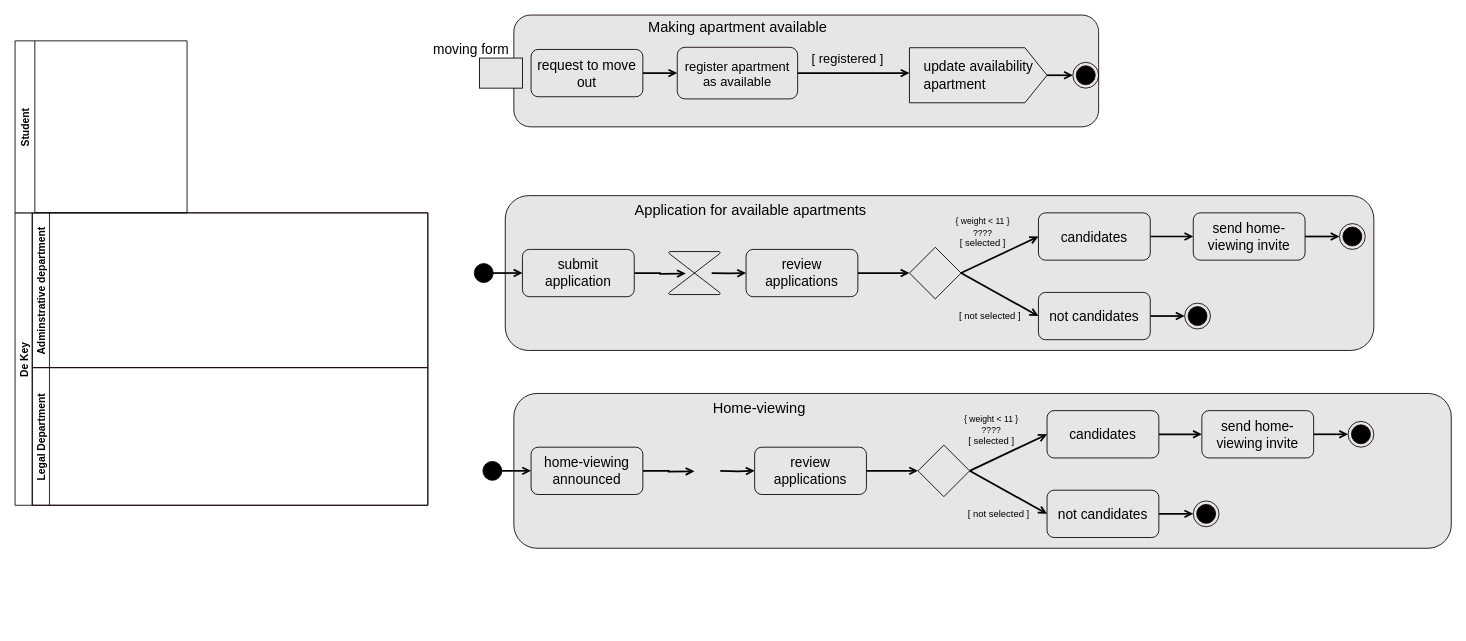
Above: activity_diagram_de_key.drawio in Barager/IS-design (draw.io), before the change. Source tidied: cells renumbered, new cells numbered last; positions are measured from the earlier drawing's top-left corner, leaving out a move shared by most shapes. Both pictures are drawn from the tidied source at 86%, with x=0, y=0 at pixel (15, 15).
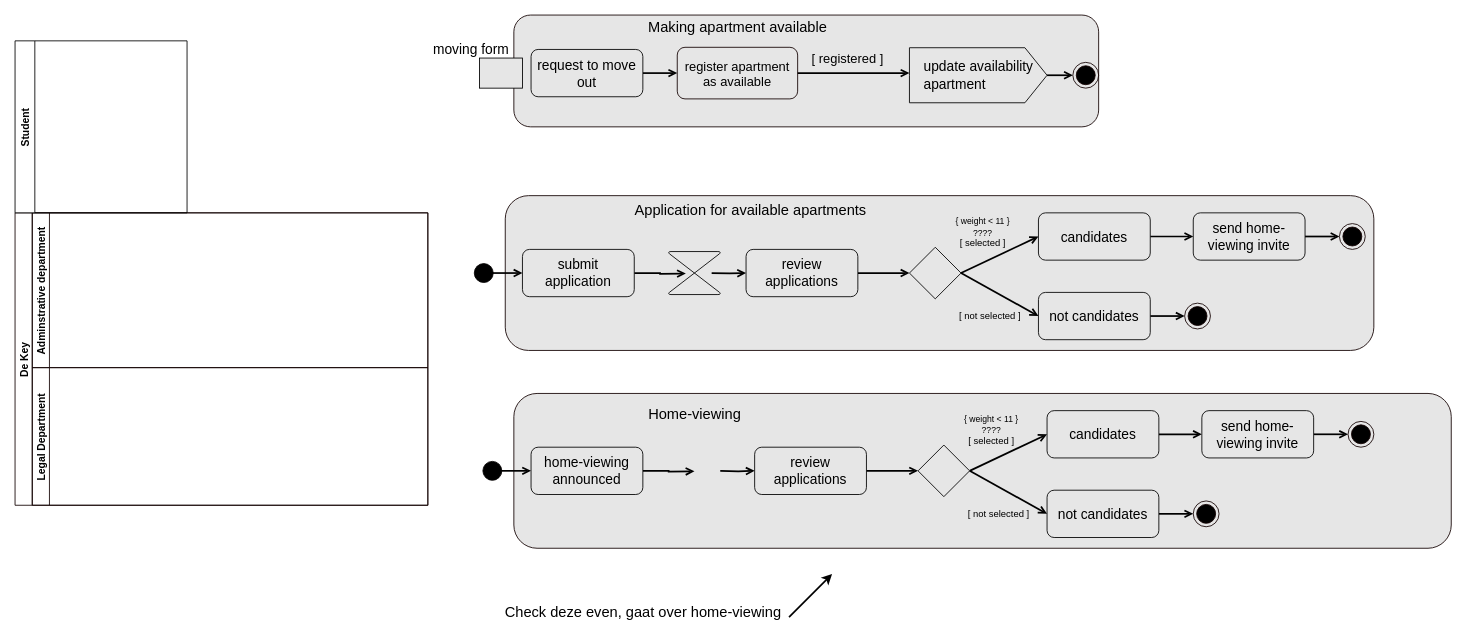
The same page after the edit.

The edit, as a diff of the source:
```diff
@@
     <mxCell id="66" value="Home-viewing" style="text;html=1;align=center;verticalAlign=middle;strokeColor=none;fillColor=none;fontSize=17;" parent="1" vertex="1">
-      <mxGeometry x="805" y="442.5" width="120" height="30" as="geometry" />
+      <mxGeometry x="730" y="450" width="120" height="30" as="geometry" />
     </mxCell>
+    <mxCell id="67" value="Check deze even, gaat over home-viewing" style="text;html=1;align=center;verticalAlign=middle;strokeColor=none;fillColor=none;fontSize=17;" parent="1" vertex="1">
+      <mxGeometry x="560" y="680" width="340" height="30" as="geometry" />
+    </mxCell>
+    <mxCell id="68" style="endArrow=classic;html=1;rounded=0;fontSize=17;strokeWidth=2;" parent="1" edge="1">
+      <mxGeometry relative="1" as="geometry">
+        <mxPoint x="900" y="700" as="sourcePoint" />
+        <mxPoint x="950" y="650" as="targetPoint" />
+      </mxGeometry>
+    </mxCell>
```
